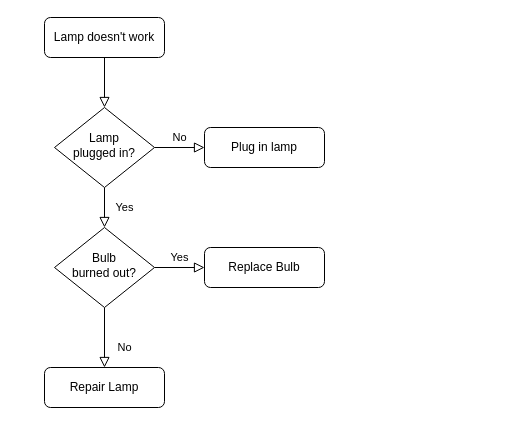
Earlier version of the draw.io diagram python-project/Untitled Diagram.drawio (dadbodcortez/playground-fqoc4pup). Source tidied: cells renumbered, new cells numbered last; positions are measured from the earlier drawing's top-left corner, leaving out a move shared by most shapes. Both pictures are drawn from the tidied source at 100%, with x=0, y=0 at pixel (44, 17).
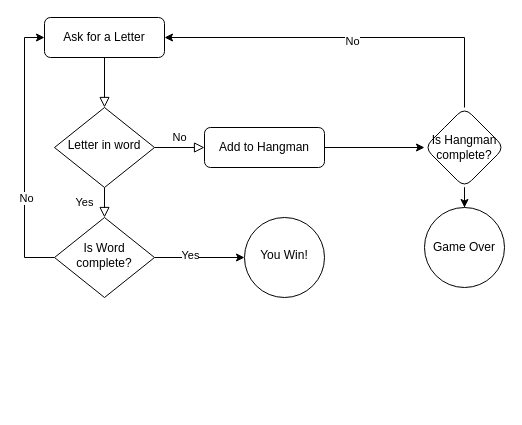
The same page after the edit.

What changed in the source:
```diff
@@
 <mxGraphModel>
   <root>
     <mxCell id="0" />
     <mxCell id="1" parent="0" />
     <mxCell id="2" style="rounded=0;html=1;jettySize=auto;fontSize=11;endArrow=block;endFill=0;endSize=8;strokeWidth=1;shadow=0;labelBackgroundColor=none;edgeStyle=orthogonalEdgeStyle;" parent="1" edge="1" source="3" target="6">
       <mxGeometry relative="1" as="geometry" />
     </mxCell>
-    <mxCell id="3" value="Lamp doesn't work" style="rounded=1;whiteSpace=wrap;html=1;fontSize=12;glass=0;strokeWidth=1;shadow=0;" parent="1" vertex="1">
+    <mxCell id="3" value="Ask for a Letter" style="rounded=1;whiteSpace=wrap;html=1;fontSize=12;glass=0;strokeWidth=1;shadow=0;" parent="1" vertex="1">
       <mxGeometry width="120" height="40" as="geometry" />
     </mxCell>
     <mxCell id="4" value="Yes" style="rounded=0;html=1;jettySize=auto;fontSize=11;endArrow=block;endFill=0;endSize=8;strokeWidth=1;shadow=0;labelBackgroundColor=none;edgeStyle=orthogonalEdgeStyle;" parent="1" edge="1" source="6" target="10">
       <mxGeometry y="20" relative="1" as="geometry" />
     </mxCell>
     <mxCell id="5" value="No" style="edgeStyle=orthogonalEdgeStyle;rounded=0;html=1;jettySize=auto;fontSize=11;endArrow=block;endFill=0;endSize=8;strokeWidth=1;shadow=0;labelBackgroundColor=none;" parent="1" edge="1" source="6" target="7">
       <mxGeometry y="10" relative="1" as="geometry" />
     </mxCell>
-    <mxCell id="6" value="Lamp&lt;br&gt;plugged in?" style="rhombus;whiteSpace=wrap;html=1;shadow=0;fontFamily=Helvetica;fontSize=12;align=center;strokeWidth=1;spacing=6;spacingTop=-4;" parent="1" vertex="1">
+    <mxCell id="6" value="Letter in word" style="rhombus;whiteSpace=wrap;html=1;shadow=0;fontFamily=Helvetica;fontSize=12;align=center;strokeWidth=1;spacing=6;spacingTop=-4;" parent="1" vertex="1">
       <mxGeometry x="10" y="90" width="100" height="80" as="geometry" />
     </mxCell>
+    <mxCell id="13" style="edgeStyle=orthogonalEdgeStyle;rounded=0;jettySize=auto;html=1;" parent="1" edge="1" source="7" target="20">
+      <mxGeometry relative="1" as="geometry" />
+    </mxCell>
-    <mxCell id="7" value="Plug in lamp" style="rounded=1;whiteSpace=wrap;html=1;fontSize=12;glass=0;strokeWidth=1;shadow=0;" parent="1" vertex="1">
+    <mxCell id="7" value="Add to Hangman" style="rounded=1;whiteSpace=wrap;html=1;fontSize=12;glass=0;strokeWidth=1;shadow=0;" parent="1" vertex="1">
       <mxGeometry x="160" y="110" width="120" height="40" as="geometry" />
     </mxCell>
-    <mxCell id="8" value="No" style="rounded=0;html=1;jettySize=auto;fontSize=11;endArrow=block;endFill=0;endSize=8;strokeWidth=1;shadow=0;labelBackgroundColor=none;edgeStyle=orthogonalEdgeStyle;" parent="1" edge="1" source="10" target="11">
-      <mxGeometry x="0.33" y="20" relative="1" as="geometry" />
-    </mxCell>
+    <mxCell id="14" style="edgeStyle=orthogonalEdgeStyle;rounded=0;jettySize=auto;html=1;exitX=0;exitY=0.5;exitDx=0;exitDy=0;entryX=0;entryY=0.5;entryDx=0;entryDy=0;" parent="1" edge="1" source="10" target="3">
+      <mxGeometry relative="1" as="geometry" />
+    </mxCell>
+    <mxCell id="15" value="No" style="edgeLabel;html=1;align=center;verticalAlign=middle;" parent="14" vertex="1">
+      <mxGeometry x="-0.33" y="-1" relative="1" as="geometry" />
+    </mxCell>
+    <mxCell id="16" style="edgeStyle=orthogonalEdgeStyle;rounded=0;jettySize=auto;html=1;" parent="1" edge="1" source="10" target="22">
+      <mxGeometry relative="1" as="geometry" />
+    </mxCell>
-    <mxCell id="9" value="Yes" style="edgeStyle=orthogonalEdgeStyle;rounded=0;html=1;jettySize=auto;fontSize=11;endArrow=block;endFill=0;endSize=8;strokeWidth=1;shadow=0;labelBackgroundColor=none;" parent="1" edge="1" source="10" target="12">
-      <mxGeometry y="10" relative="1" as="geometry" />
+    <mxCell id="9" value="Yes" style="edgeLabel;html=1;align=center;verticalAlign=middle;" parent="16" vertex="1">
+      <mxGeometry x="-0.22" y="3" relative="1" as="geometry" />
     </mxCell>
-    <mxCell id="10" value="Bulb&lt;br&gt;burned out?" style="rhombus;whiteSpace=wrap;html=1;shadow=0;fontFamily=Helvetica;fontSize=12;align=center;strokeWidth=1;spacing=6;spacingTop=-4;" parent="1" vertex="1">
-      <mxGeometry x="10" y="210" width="100" height="80" as="geometry" />
+    <mxCell id="10" value="Is Word complete?" style="rhombus;whiteSpace=wrap;html=1;shadow=0;fontFamily=Helvetica;fontSize=12;align=center;strokeWidth=1;spacing=6;spacingTop=-4;" parent="1" vertex="1">
+      <mxGeometry x="10" y="200" width="100" height="80" as="geometry" />
     </mxCell>
-    <mxCell id="11" value="Repair Lamp" style="rounded=1;whiteSpace=wrap;html=1;fontSize=12;glass=0;strokeWidth=1;shadow=0;" parent="1" vertex="1">
-      <mxGeometry y="350" width="120" height="40" as="geometry" />
-    </mxCell>
-    <mxCell id="12" value="Replace Bulb" style="rounded=1;whiteSpace=wrap;html=1;fontSize=12;glass=0;strokeWidth=1;shadow=0;" parent="1" vertex="1">
-      <mxGeometry x="160" y="230" width="120" height="40" as="geometry" />
-    </mxCell>
+    <mxCell id="17" style="edgeStyle=orthogonalEdgeStyle;rounded=0;jettySize=auto;html=1;exitX=0.5;exitY=0;exitDx=0;exitDy=0;entryX=1;entryY=0.5;entryDx=0;entryDy=0;" parent="1" edge="1" source="20" target="3">
+      <mxGeometry relative="1" as="geometry" />
+    </mxCell>
+    <mxCell id="18" value="No" style="edgeLabel;html=1;align=center;verticalAlign=middle;" parent="17" vertex="1">
+      <mxGeometry x="-0.01" y="3" relative="1" as="geometry" />
+    </mxCell>
+    <mxCell id="19" style="edgeStyle=orthogonalEdgeStyle;rounded=0;jettySize=auto;html=1;" parent="1" edge="1" source="20" target="21">
+      <mxGeometry relative="1" as="geometry" />
+    </mxCell>
+    <mxCell id="20" value="Is Hangman complete?" style="rhombus;whiteSpace=wrap;html=1;rounded=1;glass=0;strokeWidth=1;shadow=0;" parent="1" vertex="1">
+      <mxGeometry x="380" y="90" width="80" height="80" as="geometry" />
+    </mxCell>
+    <mxCell id="21" value="Game Over" style="ellipse;whiteSpace=wrap;html=1;rounded=1;glass=0;strokeWidth=1;shadow=0;" parent="1" vertex="1">
+      <mxGeometry x="380" y="190" width="80" height="80" as="geometry" />
+    </mxCell>
+    <mxCell id="22" value="You Win!" style="ellipse;whiteSpace=wrap;html=1;shadow=0;strokeWidth=1;spacing=6;spacingTop=-4;" parent="1" vertex="1">
+      <mxGeometry x="200" y="200" width="80" height="80" as="geometry" />
+    </mxCell>
   </root>
 </mxGraphModel>
```
